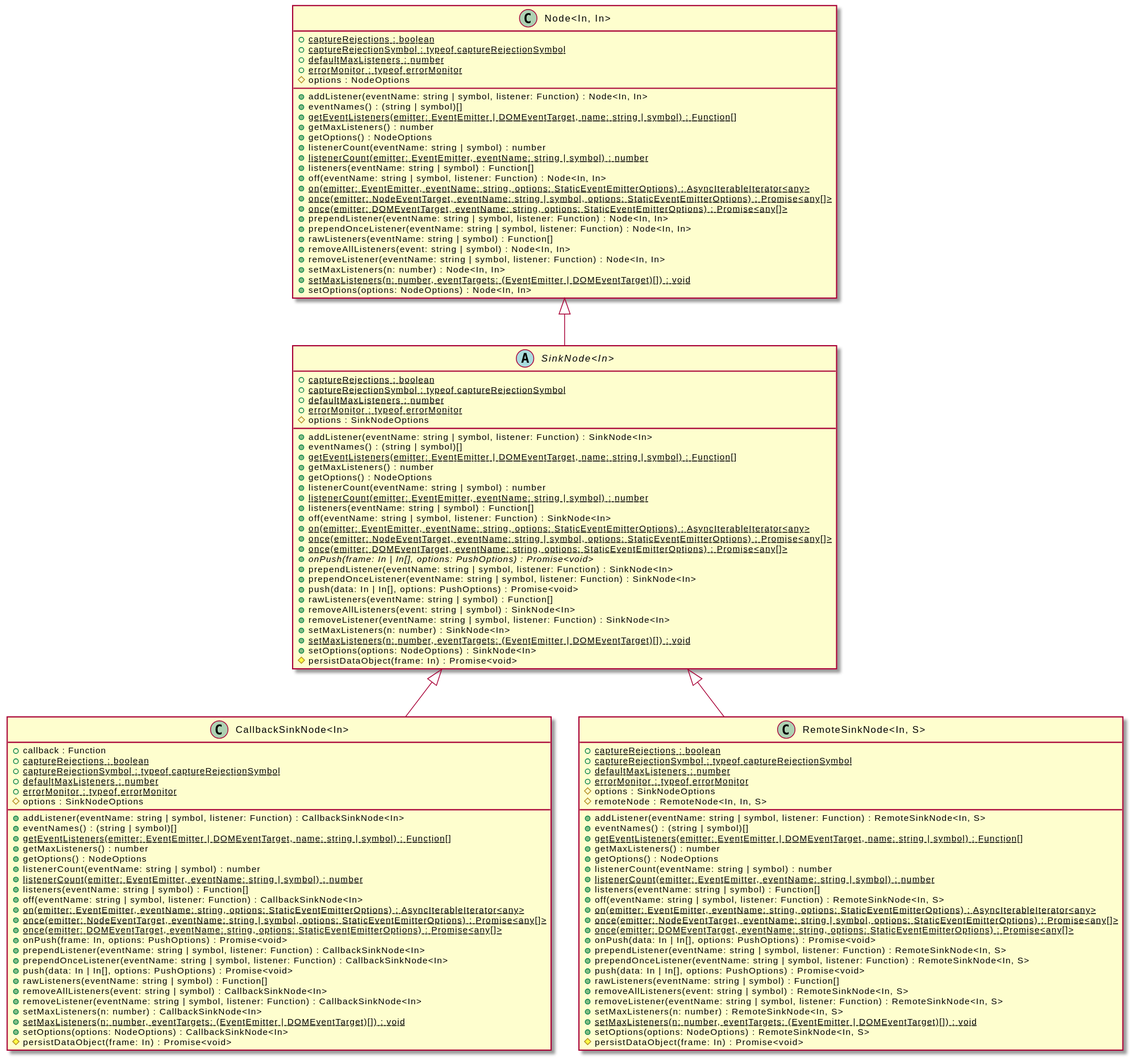
OpenHPS/openhps-core keeps this PlantUML diagram as assets/SinkNode-umlClassDiagram-9962.svg. Above is the earlier version. Its diagram source:
```plantuml
@startuml
skinparam BackgroundColor transparent
hide empty methods
hide empty fields
abstract class "SinkNode<In>" {
    {static} +captureRejections : boolean
    {static} +captureRejectionSymbol : typeof captureRejectionSymbol
    {static} +defaultMaxListeners : number
    {static} +errorMonitor : typeof errorMonitor
    #options : SinkNodeOptions
    +addListener(eventName: string | symbol, listener: Function) : SinkNode<In>
    +eventNames() : (string | symbol)[]
    {static} +getEventListeners(emitter: EventEmitter | DOMEventTarget, name: string | symbol) : Function[]
    +getMaxListeners() : number
    +getOptions() : NodeOptions
    +listenerCount(eventName: string | symbol) : number
    {static} +listenerCount(emitter: EventEmitter, eventName: string | symbol) : number
    +listeners(eventName: string | symbol) : Function[]
    +off(eventName: string | symbol, listener: Function) : SinkNode<In>
    {static} +on(emitter: EventEmitter, eventName: string, options: StaticEventEmitterOptions) : AsyncIterableIterator<any>
    {static} +once(emitter: NodeEventTarget, eventName: string | symbol, options: StaticEventEmitterOptions) : Promise<any[]>
    {static} +once(emitter: DOMEventTarget, eventName: string, options: StaticEventEmitterOptions) : Promise<any[]>
    {abstract} +onPush(frame: In | In[], options: PushOptions) : Promise<void>
    +prependListener(eventName: string | symbol, listener: Function) : SinkNode<In>
    +prependOnceListener(eventName: string | symbol, listener: Function) : SinkNode<In>
    +push(data: In | In[], options: PushOptions) : Promise<void>
    +rawListeners(eventName: string | symbol) : Function[]
    +removeAllListeners(event: string | symbol) : SinkNode<In>
    +removeListener(eventName: string | symbol, listener: Function) : SinkNode<In>
    +setMaxListeners(n: number) : SinkNode<In>
    {static} +setMaxListeners(n: number, eventTargets: (EventEmitter | DOMEventTarget)[]) : void
    +setOptions(options: NodeOptions) : SinkNode<In>
    #persistDataObject(frame: In) : Promise<void>
}
class "Node<In, In>" {
    {static} +captureRejections : boolean
    {static} +captureRejectionSymbol : typeof captureRejectionSymbol
    {static} +defaultMaxListeners : number
    {static} +errorMonitor : typeof errorMonitor
    #options : NodeOptions
    +addListener(eventName: string | symbol, listener: Function) : Node<In, In>
    +eventNames() : (string | symbol)[]
    {static} +getEventListeners(emitter: EventEmitter | DOMEventTarget, name: string | symbol) : Function[]
    +getMaxListeners() : number
    +getOptions() : NodeOptions
    +listenerCount(eventName: string | symbol) : number
    {static} +listenerCount(emitter: EventEmitter, eventName: string | symbol) : number
    +listeners(eventName: string | symbol) : Function[]
    +off(eventName: string | symbol, listener: Function) : Node<In, In>
    {static} +on(emitter: EventEmitter, eventName: string, options: StaticEventEmitterOptions) : AsyncIterableIterator<any>
    {static} +once(emitter: NodeEventTarget, eventName: string | symbol, options: StaticEventEmitterOptions) : Promise<any[]>
    {static} +once(emitter: DOMEventTarget, eventName: string, options: StaticEventEmitterOptions) : Promise<any[]>
    +prependListener(eventName: string | symbol, listener: Function) : Node<In, In>
    +prependOnceListener(eventName: string | symbol, listener: Function) : Node<In, In>
    +rawListeners(eventName: string | symbol) : Function[]
    +removeAllListeners(event: string | symbol) : Node<In, In>
    +removeListener(eventName: string | symbol, listener: Function) : Node<In, In>
    +setMaxListeners(n: number) : Node<In, In>
    {static} +setMaxListeners(n: number, eventTargets: (EventEmitter | DOMEventTarget)[]) : void
    +setOptions(options: NodeOptions) : Node<In, In>
}
"Node<In, In>" <|-- "SinkNode<In>"
class "CallbackSinkNode<In>" {
    +callback : Function
    {static} +captureRejections : boolean
    {static} +captureRejectionSymbol : typeof captureRejectionSymbol
    {static} +defaultMaxListeners : number
    {static} +errorMonitor : typeof errorMonitor
    #options : SinkNodeOptions
    +addListener(eventName: string | symbol, listener: Function) : CallbackSinkNode<In>
    +eventNames() : (string | symbol)[]
    {static} +getEventListeners(emitter: EventEmitter | DOMEventTarget, name: string | symbol) : Function[]
    +getMaxListeners() : number
    +getOptions() : NodeOptions
    +listenerCount(eventName: string | symbol) : number
    {static} +listenerCount(emitter: EventEmitter, eventName: string | symbol) : number
    +listeners(eventName: string | symbol) : Function[]
    +off(eventName: string | symbol, listener: Function) : CallbackSinkNode<In>
    {static} +on(emitter: EventEmitter, eventName: string, options: StaticEventEmitterOptions) : AsyncIterableIterator<any>
    {static} +once(emitter: NodeEventTarget, eventName: string | symbol, options: StaticEventEmitterOptions) : Promise<any[]>
    {static} +once(emitter: DOMEventTarget, eventName: string, options: StaticEventEmitterOptions) : Promise<any[]>
    +onPush(frame: In, options: PushOptions) : Promise<void>
    +prependListener(eventName: string | symbol, listener: Function) : CallbackSinkNode<In>
    +prependOnceListener(eventName: string | symbol, listener: Function) : CallbackSinkNode<In>
    +push(data: In | In[], options: PushOptions) : Promise<void>
    +rawListeners(eventName: string | symbol) : Function[]
    +removeAllListeners(event: string | symbol) : CallbackSinkNode<In>
    +removeListener(eventName: string | symbol, listener: Function) : CallbackSinkNode<In>
    +setMaxListeners(n: number) : CallbackSinkNode<In>
    {static} +setMaxListeners(n: number, eventTargets: (EventEmitter | DOMEventTarget)[]) : void
    +setOptions(options: NodeOptions) : CallbackSinkNode<In>
    #persistDataObject(frame: In) : Promise<void>
}
"SinkNode<In>" <|-- "CallbackSinkNode<In>"
class "RemoteSinkNode<In, S>" {
    {static} +captureRejections : boolean
    {static} +captureRejectionSymbol : typeof captureRejectionSymbol
    {static} +defaultMaxListeners : number
    {static} +errorMonitor : typeof errorMonitor
    #options : SinkNodeOptions
    #remoteNode : RemoteNode<In, In, S>
    +addListener(eventName: string | symbol, listener: Function) : RemoteSinkNode<In, S>
    +eventNames() : (string | symbol)[]
    {static} +getEventListeners(emitter: EventEmitter | DOMEventTarget, name: string | symbol) : Function[]
    +getMaxListeners() : number
    +getOptions() : NodeOptions
    +listenerCount(eventName: string | symbol) : number
    {static} +listenerCount(emitter: EventEmitter, eventName: string | symbol) : number
    +listeners(eventName: string | symbol) : Function[]
    +off(eventName: string | symbol, listener: Function) : RemoteSinkNode<In, S>
    {static} +on(emitter: EventEmitter, eventName: string, options: StaticEventEmitterOptions) : AsyncIterableIterator<any>
    {static} +once(emitter: NodeEventTarget, eventName: string | symbol, options: StaticEventEmitterOptions) : Promise<any[]>
    {static} +once(emitter: DOMEventTarget, eventName: string, options: StaticEventEmitterOptions) : Promise<any[]>
    +onPush(data: In | In[], options: PushOptions) : Promise<void>
    +prependListener(eventName: string | symbol, listener: Function) : RemoteSinkNode<In, S>
    +prependOnceListener(eventName: string | symbol, listener: Function) : RemoteSinkNode<In, S>
    +push(data: In | In[], options: PushOptions) : Promise<void>
    +rawListeners(eventName: string | symbol) : Function[]
    +removeAllListeners(event: string | symbol) : RemoteSinkNode<In, S>
    +removeListener(eventName: string | symbol, listener: Function) : RemoteSinkNode<In, S>
    +setMaxListeners(n: number) : RemoteSinkNode<In, S>
    {static} +setMaxListeners(n: number, eventTargets: (EventEmitter | DOMEventTarget)[]) : void
    +setOptions(options: NodeOptions) : RemoteSinkNode<In, S>
    #persistDataObject(frame: In) : Promise<void>
}
"SinkNode<In>" <|-- "RemoteSinkNode<In, S>"
@enduml
```
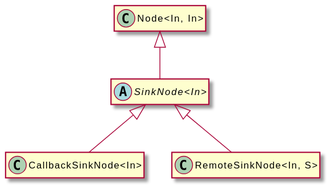
After the change.

Change to the diagram source:
```diff
@@ -3,125 +3,14 @@
 hide empty methods
 hide empty fields
 abstract class "SinkNode<In>" {
-    {static} +captureRejections : boolean
-    {static} +captureRejectionSymbol : typeof captureRejectionSymbol
-    {static} +defaultMaxListeners : number
-    {static} +errorMonitor : typeof errorMonitor
-    #options : SinkNodeOptions
-    +addListener(eventName: string | symbol, listener: Function) : SinkNode<In>
-    +eventNames() : (string | symbol)[]
-    {static} +getEventListeners(emitter: EventEmitter | DOMEventTarget, name: string | symbol) : Function[]
-    +getMaxListeners() : number
-    +getOptions() : NodeOptions
-    +listenerCount(eventName: string | symbol) : number
-    {static} +listenerCount(emitter: EventEmitter, eventName: string | symbol) : number
-    +listeners(eventName: string | symbol) : Function[]
-    +off(eventName: string | symbol, listener: Function) : SinkNode<In>
-    {static} +on(emitter: EventEmitter, eventName: string, options: StaticEventEmitterOptions) : AsyncIterableIterator<any>
-    {static} +once(emitter: NodeEventTarget, eventName: string | symbol, options: StaticEventEmitterOptions) : Promise<any[]>
-    {static} +once(emitter: DOMEventTarget, eventName: string, options: StaticEventEmitterOptions) : Promise<any[]>
-    {abstract} +onPush(frame: In | In[], options: PushOptions) : Promise<void>
-    +prependListener(eventName: string | symbol, listener: Function) : SinkNode<In>
-    +prependOnceListener(eventName: string | symbol, listener: Function) : SinkNode<In>
-    +push(data: In | In[], options: PushOptions) : Promise<void>
-    +rawListeners(eventName: string | symbol) : Function[]
-    +removeAllListeners(event: string | symbol) : SinkNode<In>
-    +removeListener(eventName: string | symbol, listener: Function) : SinkNode<In>
-    +setMaxListeners(n: number) : SinkNode<In>
-    {static} +setMaxListeners(n: number, eventTargets: (EventEmitter | DOMEventTarget)[]) : void
-    +setOptions(options: NodeOptions) : SinkNode<In>
-    #persistDataObject(frame: In) : Promise<void>
 }
 class "Node<In, In>" {
-    {static} +captureRejections : boolean
-    {static} +captureRejectionSymbol : typeof captureRejectionSymbol
-    {static} +defaultMaxListeners : number
-    {static} +errorMonitor : typeof errorMonitor
-    #options : NodeOptions
-    +addListener(eventName: string | symbol, listener: Function) : Node<In, In>
-    +eventNames() : (string | symbol)[]
-    {static} +getEventListeners(emitter: EventEmitter | DOMEventTarget, name: string | symbol) : Function[]
-    +getMaxListeners() : number
-    +getOptions() : NodeOptions
-    +listenerCount(eventName: string | symbol) : number
-    {static} +listenerCount(emitter: EventEmitter, eventName: string | symbol) : number
-    +listeners(eventName: string | symbol) : Function[]
-    +off(eventName: string | symbol, listener: Function) : Node<In, In>
-    {static} +on(emitter: EventEmitter, eventName: string, options: StaticEventEmitterOptions) : AsyncIterableIterator<any>
-    {static} +once(emitter: NodeEventTarget, eventName: string | symbol, options: StaticEventEmitterOptions) : Promise<any[]>
-    {static} +once(emitter: DOMEventTarget, eventName: string, options: StaticEventEmitterOptions) : Promise<any[]>
-    +prependListener(eventName: string | symbol, listener: Function) : Node<In, In>
-    +prependOnceListener(eventName: string | symbol, listener: Function) : Node<In, In>
-    +rawListeners(eventName: string | symbol) : Function[]
-    +removeAllListeners(event: string | symbol) : Node<In, In>
-    +removeListener(eventName: string | symbol, listener: Function) : Node<In, In>
-    +setMaxListeners(n: number) : Node<In, In>
-    {static} +setMaxListeners(n: number, eventTargets: (EventEmitter | DOMEventTarget)[]) : void
-    +setOptions(options: NodeOptions) : Node<In, In>
 }
 "Node<In, In>" <|-- "SinkNode<In>"
 class "CallbackSinkNode<In>" {
-    +callback : Function
-    {static} +captureRejections : boolean
-    {static} +captureRejectionSymbol : typeof captureRejectionSymbol
-    {static} +defaultMaxListeners : number
-    {static} +errorMonitor : typeof errorMonitor
-    #options : SinkNodeOptions
-    +addListener(eventName: string | symbol, listener: Function) : CallbackSinkNode<In>
-    +eventNames() : (string | symbol)[]
-    {static} +getEventListeners(emitter: EventEmitter | DOMEventTarget, name: string | symbol) : Function[]
-    +getMaxListeners() : number
-    +getOptions() : NodeOptions
-    +listenerCount(eventName: string | symbol) : number
-    {static} +listenerCount(emitter: EventEmitter, eventName: string | symbol) : number
-    +listeners(eventName: string | symbol) : Function[]
-    +off(eventName: string | symbol, listener: Function) : CallbackSinkNode<In>
-    {static} +on(emitter: EventEmitter, eventName: string, options: StaticEventEmitterOptions) : AsyncIterableIterator<any>
-    {static} +once(emitter: NodeEventTarget, eventName: string | symbol, options: StaticEventEmitterOptions) : Promise<any[]>
-    {static} +once(emitter: DOMEventTarget, eventName: string, options: StaticEventEmitterOptions) : Promise<any[]>
-    +onPush(frame: In, options: PushOptions) : Promise<void>
-    +prependListener(eventName: string | symbol, listener: Function) : CallbackSinkNode<In>
-    +prependOnceListener(eventName: string | symbol, listener: Function) : CallbackSinkNode<In>
-    +push(data: In | In[], options: PushOptions) : Promise<void>
-    +rawListeners(eventName: string | symbol) : Function[]
-    +removeAllListeners(event: string | symbol) : CallbackSinkNode<In>
-    +removeListener(eventName: string | symbol, listener: Function) : CallbackSinkNode<In>
-    +setMaxListeners(n: number) : CallbackSinkNode<In>
-    {static} +setMaxListeners(n: number, eventTargets: (EventEmitter | DOMEventTarget)[]) : void
-    +setOptions(options: NodeOptions) : CallbackSinkNode<In>
-    #persistDataObject(frame: In) : Promise<void>
 }
 "SinkNode<In>" <|-- "CallbackSinkNode<In>"
 class "RemoteSinkNode<In, S>" {
-    {static} +captureRejections : boolean
-    {static} +captureRejectionSymbol : typeof captureRejectionSymbol
-    {static} +defaultMaxListeners : number
-    {static} +errorMonitor : typeof errorMonitor
-    #options : SinkNodeOptions
-    #remoteNode : RemoteNode<In, In, S>
-    +addListener(eventName: string | symbol, listener: Function) : RemoteSinkNode<In, S>
-    +eventNames() : (string | symbol)[]
-    {static} +getEventListeners(emitter: EventEmitter | DOMEventTarget, name: string | symbol) : Function[]
-    +getMaxListeners() : number
-    +getOptions() : NodeOptions
-    +listenerCount(eventName: string | symbol) : number
-    {static} +listenerCount(emitter: EventEmitter, eventName: string | symbol) : number
-    +listeners(eventName: string | symbol) : Function[]
-    +off(eventName: string | symbol, listener: Function) : RemoteSinkNode<In, S>
-    {static} +on(emitter: EventEmitter, eventName: string, options: StaticEventEmitterOptions) : AsyncIterableIterator<any>
-    {static} +once(emitter: NodeEventTarget, eventName: string | symbol, options: StaticEventEmitterOptions) : Promise<any[]>
-    {static} +once(emitter: DOMEventTarget, eventName: string, options: StaticEventEmitterOptions) : Promise<any[]>
-    +onPush(data: In | In[], options: PushOptions) : Promise<void>
-    +prependListener(eventName: string | symbol, listener: Function) : RemoteSinkNode<In, S>
-    +prependOnceListener(eventName: string | symbol, listener: Function) : RemoteSinkNode<In, S>
-    +push(data: In | In[], options: PushOptions) : Promise<void>
-    +rawListeners(eventName: string | symbol) : Function[]
-    +removeAllListeners(event: string | symbol) : RemoteSinkNode<In, S>
-    +removeListener(eventName: string | symbol, listener: Function) : RemoteSinkNode<In, S>
-    +setMaxListeners(n: number) : RemoteSinkNode<In, S>
-    {static} +setMaxListeners(n: number, eventTargets: (EventEmitter | DOMEventTarget)[]) : void
-    +setOptions(options: NodeOptions) : RemoteSinkNode<In, S>
-    #persistDataObject(frame: In) : Promise<void>
 }
 "SinkNode<In>" <|-- "RemoteSinkNode<In, S>"
 @enduml
```
